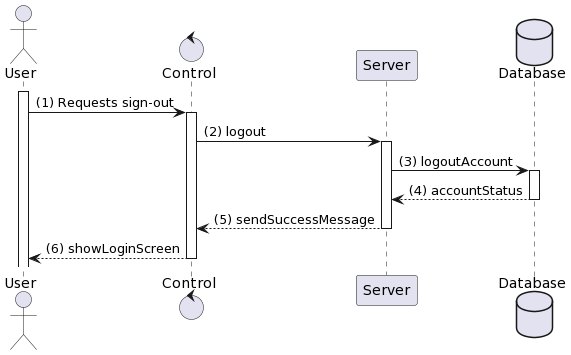
The PlantUML diagram Lab 1/Lab 1.2/sequence_diagram/logout/logout.png in H1eu69/SE357-Pratice-class, before a commit. Source of this version:
```plantuml
@startuml
actor User
control "Control" as C
participant "Server" as S
database Database

activate User
User -> C: (1) Requests sign-out
activate C
C -> S: (2) logout
activate S
S -> Database: (3) logoutAccount
activate Database
Database --> S: (4) accountStatus
deactivate Database
S --> C: (5) sendSuccessMessage
deactivate S
C --> User: (6) showLoginScreen
deactivate C
@enduml
```
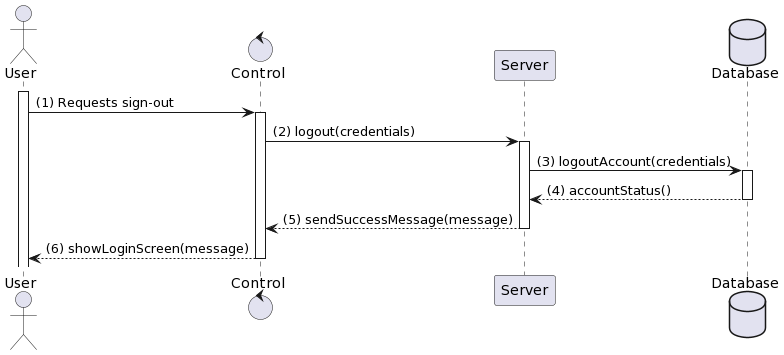
After the commit.

What changed in the source:
```diff
@@ -7,14 +7,14 @@
 activate User
 User -> C: (1) Requests sign-out
 activate C
-C -> S: (2) logout
+C -> S: (2) logout(credentials)
 activate S
-S -> Database: (3) logoutAccount
+S -> Database: (3) logoutAccount(credentials)
 activate Database
-Database --> S: (4) accountStatus
+Database --> S: (4) accountStatus()
 deactivate Database
-S --> C: (5) sendSuccessMessage
+S --> C: (5) sendSuccessMessage(message)
 deactivate S
-C --> User: (6) showLoginScreen
+C --> User: (6) showLoginScreen(message)
 deactivate C
 @enduml
```
